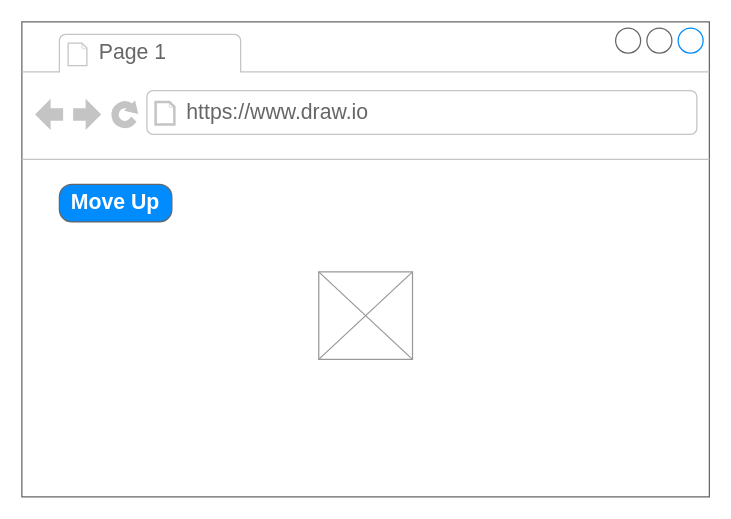
Earlier version of the draw.io diagram lama.drawio (wbigger/2021-informatica-html5). Source tidied: cells renumbered, new cells numbered last; positions are measured from the earlier drawing's top-left corner, leaving out a move shared by most shapes. Both pictures are drawn from the tidied source at 125%, with x=0, y=0 at pixel (21, 21).
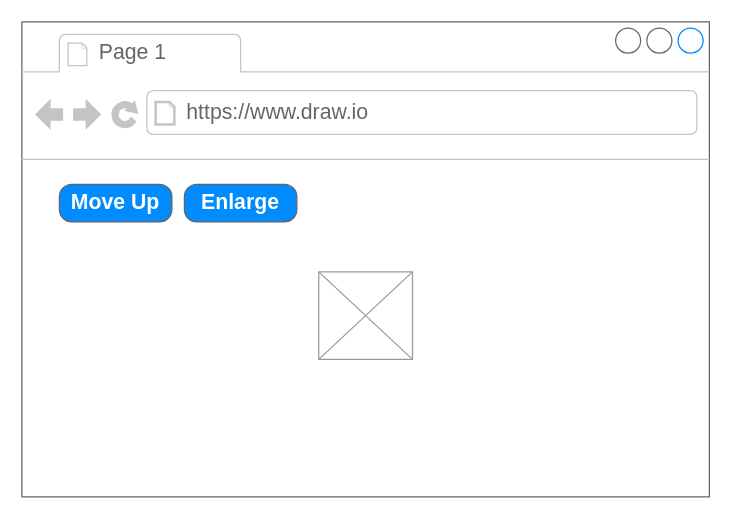
The same page after the edit.

Change to the diagram source:
```diff
@@
 <mxGraphModel>
   <root>
     <mxCell id="0" />
     <mxCell id="1" parent="0" />
     <mxCell id="2" style="strokeWidth=1;shadow=0;dashed=0;align=center;html=1;shape=mxgraph.mockup.containers.browserWindow;rSize=0;strokeColor=#666666;strokeColor2=#008cff;strokeColor3=#c4c4c4;mainText=,;" parent="1" vertex="1">
       <mxGeometry width="550" height="380" as="geometry" />
     </mxCell>
     <mxCell id="3" value="Page 1" style="strokeWidth=1;shadow=0;dashed=0;align=center;html=1;shape=mxgraph.mockup.containers.anchor;fontSize=17;fontColor=#666666;align=left;" parent="2" vertex="1">
       <mxGeometry x="60" y="12" width="110" height="26" as="geometry" />
     </mxCell>
     <mxCell id="4" value="https://www.draw.io" style="strokeWidth=1;shadow=0;dashed=0;align=center;html=1;shape=mxgraph.mockup.containers.anchor;rSize=0;fontSize=17;fontColor=#666666;align=left;" parent="2" vertex="1">
       <mxGeometry x="130" y="60" width="250" height="26" as="geometry" />
     </mxCell>
     <mxCell id="5" value="Move Up" style="strokeWidth=1;shadow=0;dashed=0;align=center;html=1;shape=mxgraph.mockup.buttons.button;strokeColor=#666666;fontColor=#ffffff;mainText=;buttonStyle=round;fontSize=17;fontStyle=1;fillColor=#008cff;whiteSpace=wrap;" parent="2" vertex="1">
       <mxGeometry x="30" y="130" width="90" height="30" as="geometry" />
     </mxCell>
     <mxCell id="6" style="verticalLabelPosition=bottom;shadow=0;dashed=0;align=center;html=1;verticalAlign=top;strokeWidth=1;shape=mxgraph.mockup.graphics.simpleIcon;strokeColor=#999999;" parent="2" vertex="1">
       <mxGeometry x="237.5" y="200" width="75" height="70" as="geometry" />
     </mxCell>
+    <mxCell id="7" value="Enlarge" style="strokeWidth=1;shadow=0;dashed=0;align=center;html=1;shape=mxgraph.mockup.buttons.button;strokeColor=#666666;fontColor=#ffffff;mainText=;buttonStyle=round;fontSize=17;fontStyle=1;fillColor=#008cff;whiteSpace=wrap;" parent="2" vertex="1">
+      <mxGeometry x="130" y="130" width="90" height="30" as="geometry" />
+    </mxCell>
   </root>
 </mxGraphModel>
```
